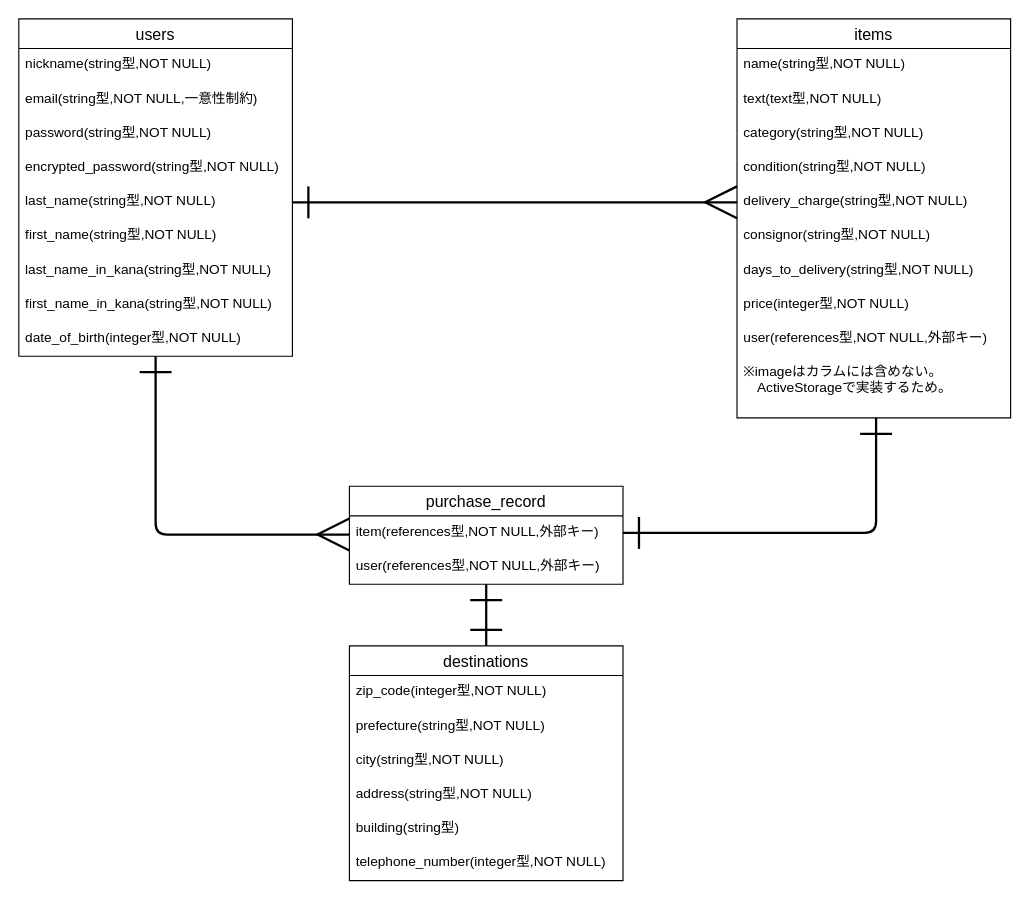
This is er.dio from Kei614/furima-36955, a draw.io file, before an edit. Source tidied: cells renumbered, new cells numbered last; positions are measured from the earlier drawing's top-left corner, leaving out a move shared by most shapes. Both pictures are drawn from the tidied source at 114%, with x=0, y=0 at pixel (18, 18).
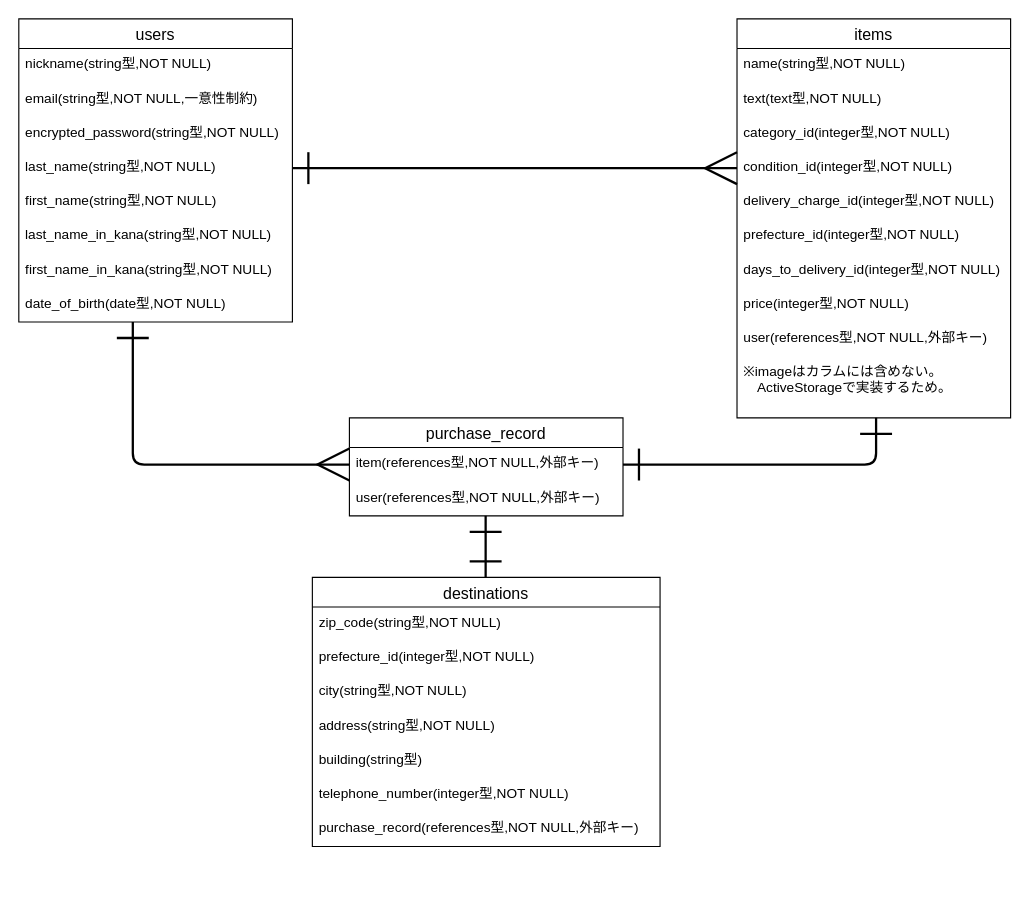
Above is the later version.

Commit message (it also covers changes not shown here):
#3 データベース設計(修正)

Unchanged cells that the change refers to:
```xml
<mxCell id="12" value="items" style="swimlane;fontStyle=0;horizontal=1;startSize=26;align=center;fontSize=14;" parent="1" vertex="1">
  <mxGeometry x="630" width="240" height="350" as="geometry" />
</mxCell>
<mxCell id="22" value="※imageはカラムには含めない。&#10;　ActiveStorageで実装するため。" style="text;strokeColor=none;fillColor=none;spacingLeft=4;spacingRight=4;overflow=hidden;points=[[0,0.5],[1,0.5]];portConstraint=eastwest;fontSize=12;" parent="12" vertex="1">
  <mxGeometry y="296" width="240" height="54" as="geometry" />
</mxCell>
<mxCell id="31" value="item(references型,NOT NULL,外部キー)" style="text;strokeColor=none;fillColor=none;spacingLeft=4;spacingRight=4;overflow=hidden;points=[[0,0.5],[1,0.5]];portConstraint=eastwest;fontSize=12;" parent="30" vertex="1">
  <mxGeometry y="26" width="240" height="30" as="geometry" />
</mxCell>
```

What changed in the source:
```diff
@@
     <mxCell id="2" value="users" style="swimlane;fontStyle=0;horizontal=1;startSize=26;align=center;fontSize=14;" parent="1" vertex="1">
-      <mxGeometry width="240" height="296" as="geometry" />
+      <mxGeometry width="240" height="266" as="geometry" />
     </mxCell>
@@
-    <mxCell id="5" value="password(string型,NOT NULL)" style="text;strokeColor=none;fillColor=none;spacingLeft=4;spacingRight=4;overflow=hidden;fontSize=12;" parent="2" vertex="1">
-      <mxGeometry y="86" width="240" height="30" as="geometry" />
-    </mxCell>
     <mxCell id="6" value="encrypted_password(string型,NOT NULL)" style="text;strokeColor=none;fillColor=none;spacingLeft=4;spacingRight=4;overflow=hidden;fontSize=12;" parent="2" vertex="1">
-      <mxGeometry y="116" width="240" height="30" as="geometry" />
+      <mxGeometry y="86" width="240" height="30" as="geometry" />
     </mxCell>
     <mxCell id="7" value="last_name(string型,NOT NULL)" style="text;strokeColor=none;fillColor=none;spacingLeft=4;spacingRight=4;overflow=hidden;points=[[0,0.5],[1,0.5]];portConstraint=eastwest;fontSize=12;" parent="2" vertex="1">
-      <mxGeometry y="146" width="240" height="30" as="geometry" />
+      <mxGeometry y="116" width="240" height="30" as="geometry" />
     </mxCell>
     <mxCell id="8" value="first_name(string型,NOT NULL)" style="text;strokeColor=none;fillColor=none;spacingLeft=4;spacingRight=4;overflow=hidden;fontSize=12;" parent="2" vertex="1">
-      <mxGeometry y="176" width="240" height="30" as="geometry" />
+      <mxGeometry y="146" width="240" height="30" as="geometry" />
     </mxCell>
     <mxCell id="9" value="last_name_in_kana(string型,NOT NULL)" style="text;strokeColor=none;fillColor=none;spacingLeft=4;spacingRight=4;overflow=hidden;fontSize=12;" parent="2" vertex="1">
-      <mxGeometry y="206" width="240" height="30" as="geometry" />
+      <mxGeometry y="176" width="240" height="30" as="geometry" />
     </mxCell>
     <mxCell id="10" value="first_name_in_kana(string型,NOT NULL)" style="text;strokeColor=none;fillColor=none;spacingLeft=4;spacingRight=4;overflow=hidden;fontSize=12;" parent="2" vertex="1">
-      <mxGeometry y="236" width="240" height="30" as="geometry" />
+      <mxGeometry y="206" width="240" height="30" as="geometry" />
     </mxCell>
-    <mxCell id="11" value="date_of_birth(integer型,NOT NULL)" style="text;strokeColor=none;fillColor=none;spacingLeft=4;spacingRight=4;overflow=hidden;points=[[0,0.5],[1,0.5]];portConstraint=eastwest;fontSize=12;" parent="2" vertex="1">
-      <mxGeometry y="266" width="240" height="30" as="geometry" />
+    <mxCell id="11" value="date_of_birth(date型,NOT NULL)" style="text;strokeColor=none;fillColor=none;spacingLeft=4;spacingRight=4;overflow=hidden;points=[[0,0.5],[1,0.5]];portConstraint=eastwest;fontSize=12;" parent="2" vertex="1">
+      <mxGeometry y="236" width="240" height="30" as="geometry" />
     </mxCell>
@@
-    <mxCell id="15" value="category(string型,NOT NULL)" style="text;strokeColor=none;fillColor=none;spacingLeft=4;spacingRight=4;overflow=hidden;fontSize=12;" parent="12" vertex="1">
+    <mxCell id="15" value="category_id(integer型,NOT NULL)" style="text;strokeColor=none;fillColor=none;spacingLeft=4;spacingRight=4;overflow=hidden;fontSize=12;" parent="12" vertex="1">
       <mxGeometry y="86" width="240" height="30" as="geometry" />
     </mxCell>
-    <mxCell id="16" value="condition(string型,NOT NULL)" style="text;strokeColor=none;fillColor=none;spacingLeft=4;spacingRight=4;overflow=hidden;points=[[0,0.5],[1,0.5]];portConstraint=eastwest;fontSize=12;" parent="12" vertex="1">
+    <mxCell id="16" value="condition_id(integer型,NOT NULL)" style="text;strokeColor=none;fillColor=none;spacingLeft=4;spacingRight=4;overflow=hidden;points=[[0,0.5],[1,0.5]];portConstraint=eastwest;fontSize=12;" parent="12" vertex="1">
       <mxGeometry y="116" width="240" height="30" as="geometry" />
     </mxCell>
-    <mxCell id="17" value="delivery_charge(string型,NOT NULL)" style="text;strokeColor=none;fillColor=none;spacingLeft=4;spacingRight=4;overflow=hidden;points=[[0,0.5],[1,0.5]];portConstraint=eastwest;fontSize=12;" parent="12" vertex="1">
+    <mxCell id="17" value="delivery_charge_id(integer型,NOT NULL)" style="text;strokeColor=none;fillColor=none;spacingLeft=4;spacingRight=4;overflow=hidden;points=[[0,0.5],[1,0.5]];portConstraint=eastwest;fontSize=12;" parent="12" vertex="1">
       <mxGeometry y="146" width="240" height="30" as="geometry" />
     </mxCell>
-    <mxCell id="18" value="consignor(string型,NOT NULL)" style="text;strokeColor=none;fillColor=none;spacingLeft=4;spacingRight=4;overflow=hidden;fontSize=12;" parent="12" vertex="1">
+    <mxCell id="18" value="prefecture_id(integer型,NOT NULL)" style="text;strokeColor=none;fillColor=none;spacingLeft=4;spacingRight=4;overflow=hidden;fontSize=12;" parent="12" vertex="1">
       <mxGeometry y="176" width="240" height="30" as="geometry" />
     </mxCell>
-    <mxCell id="19" value="days_to_delivery(string型,NOT NULL)" style="text;strokeColor=none;fillColor=none;spacingLeft=4;spacingRight=4;overflow=hidden;fontSize=12;" parent="12" vertex="1">
+    <mxCell id="19" value="days_to_delivery_id(integer型,NOT NULL)" style="text;strokeColor=none;fillColor=none;spacingLeft=4;spacingRight=4;overflow=hidden;fontSize=12;" parent="12" vertex="1">
       <mxGeometry y="206" width="240" height="30" as="geometry" />
     </mxCell>
@@
     <mxCell id="23" value="destinations" style="swimlane;fontStyle=0;horizontal=1;startSize=26;align=center;fontSize=14;" parent="1" vertex="1">
-      <mxGeometry x="290" y="550" width="240" height="206" as="geometry" />
+      <mxGeometry x="257.5" y="490" width="305" height="236" as="geometry" />
     </mxCell>
-    <mxCell id="24" value="zip_code(integer型,NOT NULL)" style="text;strokeColor=none;fillColor=none;spacingLeft=4;spacingRight=4;overflow=hidden;fontSize=12;" parent="23" vertex="1">
-      <mxGeometry y="26" width="240" height="30" as="geometry" />
+    <mxCell id="24" value="zip_code(string型,NOT NULL)" style="text;strokeColor=none;fillColor=none;spacingLeft=4;spacingRight=4;overflow=hidden;fontSize=12;" parent="23" vertex="1">
+      <mxGeometry y="26" width="305" height="30" as="geometry" />
     </mxCell>
-    <mxCell id="25" value="prefecture(string型,NOT NULL)" style="text;strokeColor=none;fillColor=none;spacingLeft=4;spacingRight=4;overflow=hidden;fontSize=12;" parent="23" vertex="1">
-      <mxGeometry y="56" width="240" height="30" as="geometry" />
+    <mxCell id="25" value="prefecture_id(integer型,NOT NULL)" style="text;strokeColor=none;fillColor=none;spacingLeft=4;spacingRight=4;overflow=hidden;fontSize=12;" parent="23" vertex="1">
+      <mxGeometry y="56" width="305" height="30" as="geometry" />
     </mxCell>
     <mxCell id="26" value="city(string型,NOT NULL)" style="text;strokeColor=none;fillColor=none;spacingLeft=4;spacingRight=4;overflow=hidden;fontSize=12;" parent="23" vertex="1">
-      <mxGeometry y="86" width="240" height="30" as="geometry" />
+      <mxGeometry y="86" width="305" height="30" as="geometry" />
     </mxCell>
     <mxCell id="27" value="address(string型,NOT NULL)" style="text;strokeColor=none;fillColor=none;spacingLeft=4;spacingRight=4;overflow=hidden;fontSize=12;" parent="23" vertex="1">
-      <mxGeometry y="116" width="240" height="30" as="geometry" />
+      <mxGeometry y="116" width="305" height="30" as="geometry" />
     </mxCell>
     <mxCell id="28" value="building(string型)" style="text;strokeColor=none;fillColor=none;spacingLeft=4;spacingRight=4;overflow=hidden;fontSize=12;" parent="23" vertex="1">
-      <mxGeometry y="146" width="240" height="30" as="geometry" />
+      <mxGeometry y="146" width="305" height="30" as="geometry" />
     </mxCell>
     <mxCell id="29" value="telephone_number(integer型,NOT NULL)" style="text;strokeColor=none;fillColor=none;spacingLeft=4;spacingRight=4;overflow=hidden;fontSize=12;" parent="23" vertex="1">
-      <mxGeometry y="176" width="240" height="30" as="geometry" />
+      <mxGeometry y="176" width="305" height="30" as="geometry" />
     </mxCell>
+    <mxCell id="37" value="purchase_record(references型,NOT NULL,外部キー)" style="text;strokeColor=none;fillColor=none;spacingLeft=4;spacingRight=4;overflow=hidden;fontSize=12;" parent="23" vertex="1">
+      <mxGeometry y="206" width="305" height="30" as="geometry" />
+    </mxCell>
     <mxCell id="30" value="purchase_record" style="swimlane;fontStyle=0;horizontal=1;startSize=26;align=center;fontSize=14;" parent="1" vertex="1">
-      <mxGeometry x="290" y="410" width="240" height="86" as="geometry" />
+      <mxGeometry x="290" y="350" width="240" height="86" as="geometry" />
     </mxCell>
@@
-    <mxCell id="33" style="edgeStyle=entityRelationEdgeStyle;fontSize=12;html=1;endArrow=ERmany;exitX=1;exitY=0.5;exitDx=0;exitDy=0;strokeWidth=2;endSize=25;startSize=25;entryX=0;entryY=0.5;entryDx=0;entryDy=0;startArrow=ERone;startFill=0;endFill=0;" parent="1" edge="1" source="7" target="17">
+    <mxCell id="33" style="edgeStyle=entityRelationEdgeStyle;fontSize=12;html=1;endArrow=ERmany;exitX=1;exitY=0.5;exitDx=0;exitDy=0;strokeWidth=2;endSize=25;startSize=25;entryX=0;entryY=0.5;entryDx=0;entryDy=0;startArrow=ERone;startFill=0;endFill=0;" parent="1" edge="1" source="7" target="16">
       <mxGeometry relative="1" as="geometry" />
     </mxCell>
-    <mxCell id="34" style="edgeStyle=orthogonalEdgeStyle;fontSize=12;html=1;endArrow=ERmany;strokeWidth=2;endSize=25;startSize=25;entryX=0;entryY=0.5;entryDx=0;entryDy=0;startArrow=ERone;startFill=0;endFill=0;fontStyle=1;" parent="1" edge="1" source="11">
+    <mxCell id="34" style="edgeStyle=orthogonalEdgeStyle;fontSize=12;html=1;endArrow=ERmany;strokeWidth=2;endSize=25;startSize=25;startArrow=ERone;startFill=0;endFill=0;fontStyle=1;entryX=0;entryY=0.5;entryDx=0;entryDy=0;" parent="1" edge="1" source="11" target="31">
       <mxGeometry relative="1" as="geometry">
-        <mxPoint x="290" y="452.4" as="targetPoint" />
         <Array as="points">
-          <mxPoint x="120" y="452" />
+          <mxPoint x="100" y="391" />
         </Array>
       </mxGeometry>
     </mxCell>
-    <mxCell id="35" style="edgeStyle=orthogonalEdgeStyle;fontSize=12;html=1;endArrow=ERone;strokeWidth=2;endSize=25;startSize=25;startArrow=ERone;startFill=0;endFill=0;" parent="1" edge="1" source="22" target="31">
+    <mxCell id="35" style="edgeStyle=orthogonalEdgeStyle;fontSize=12;html=1;endArrow=ERone;strokeWidth=2;endSize=25;startSize=25;startArrow=ERone;startFill=0;endFill=0;entryX=1;entryY=0.5;entryDx=0;entryDy=0;" parent="1" edge="1" target="31">
       <mxGeometry relative="1" as="geometry">
+        <mxPoint x="752" y="350" as="sourcePoint" />
         <Array as="points">
-          <mxPoint x="752" y="451" />
+          <mxPoint x="752" y="391" />
         </Array>
       </mxGeometry>
     </mxCell>
     <mxCell id="36" style="fontSize=12;html=1;endArrow=ERone;endFill=1;endSize=25;strokeWidth=2;startSize=25;startArrow=ERone;startFill=0;" parent="1" edge="1">
       <mxGeometry relative="1" as="geometry">
-        <mxPoint x="410" y="550" as="sourcePoint" />
-        <mxPoint x="410" y="496" as="targetPoint" />
+        <mxPoint x="409.5" y="490" as="sourcePoint" />
+        <mxPoint x="409.5" y="436" as="targetPoint" />
         <Array as="points">
-          <mxPoint x="410" y="520" />
+          <mxPoint x="409.5" y="460" />
         </Array>
       </mxGeometry>
     </mxCell>
```
